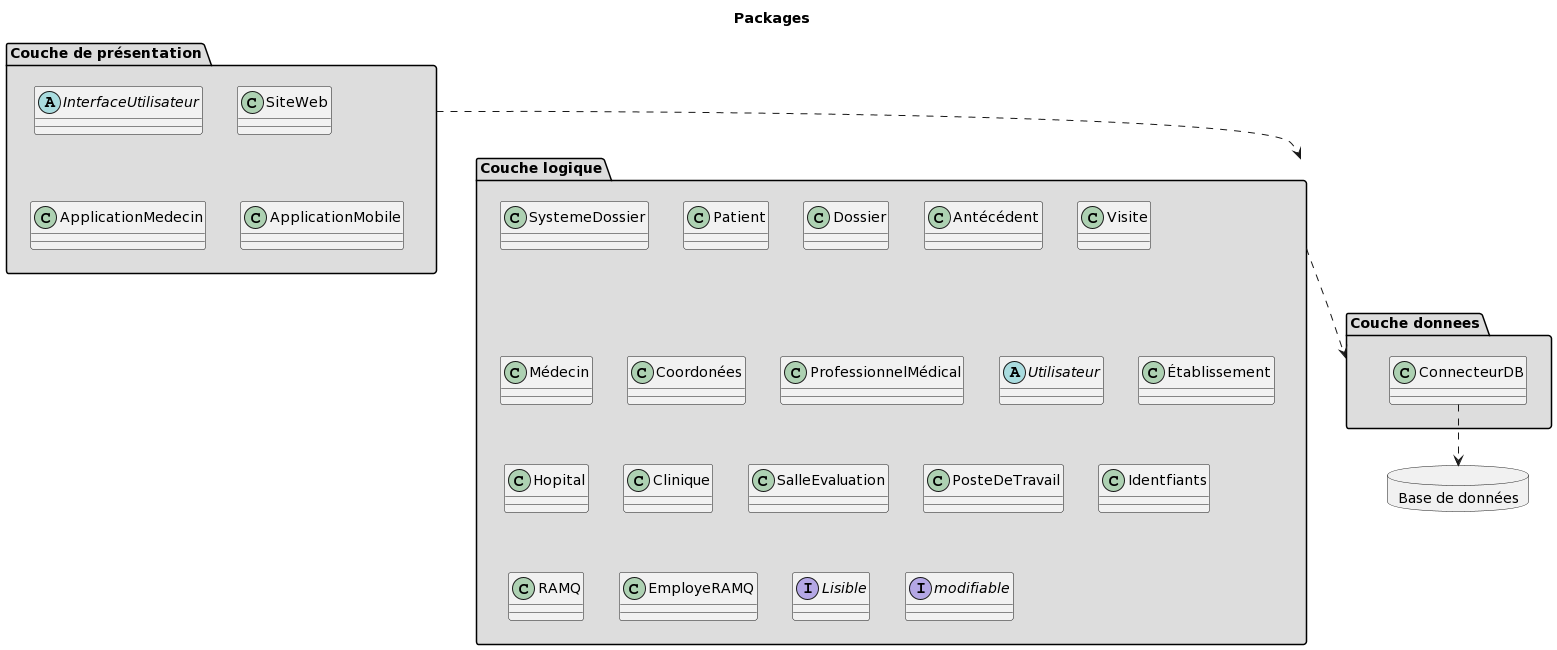
Above: diagrammes/PACK.png in vbrayuqam/projet-genielog (PlantUML), before the change.
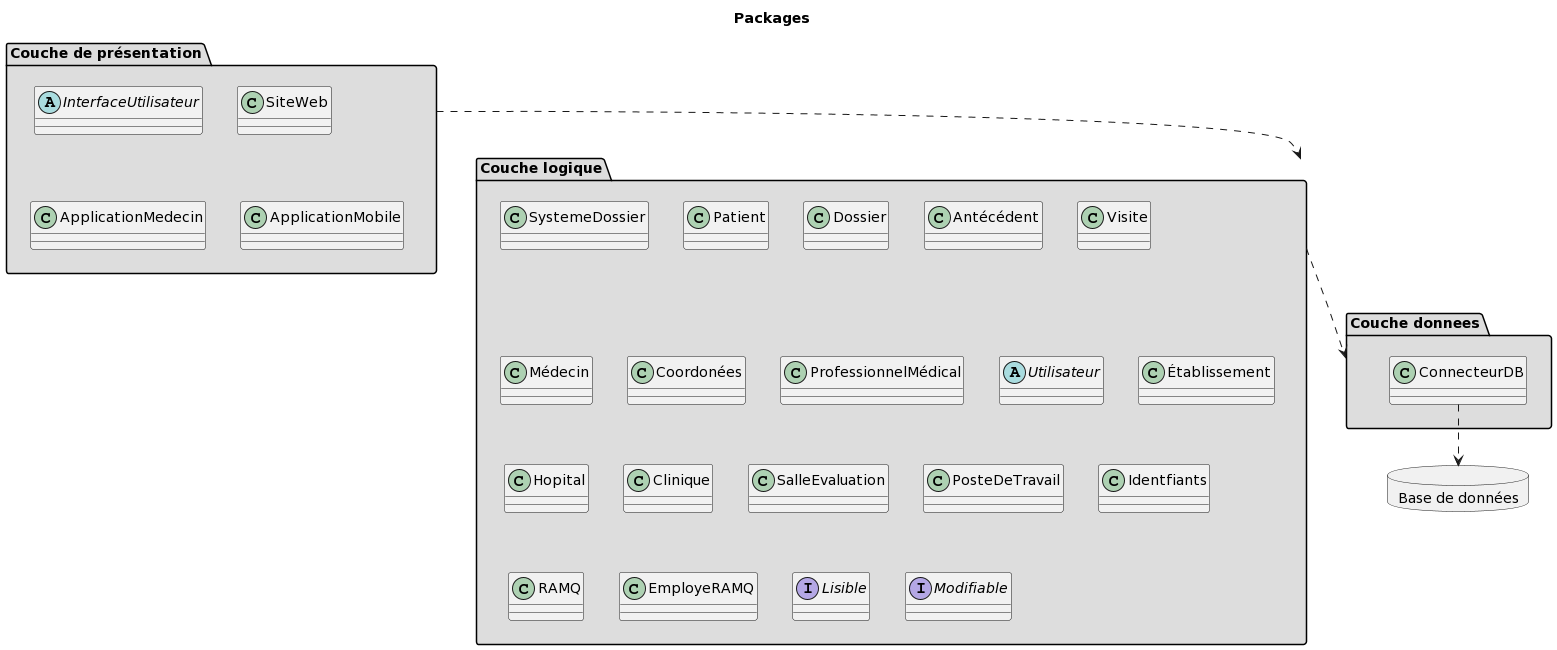
Above is the later version.

What changed in the source:
```diff
@@ -27,7 +27,7 @@
   class "RAMQ" {}
   class "EmployeRAMQ" {}
   interface "Lisible" {}
-  interface "modifiable" {}
+  interface "Modifiable" {}
 }
 
 package "Couche donnees"  #DDDDDD  {
```
